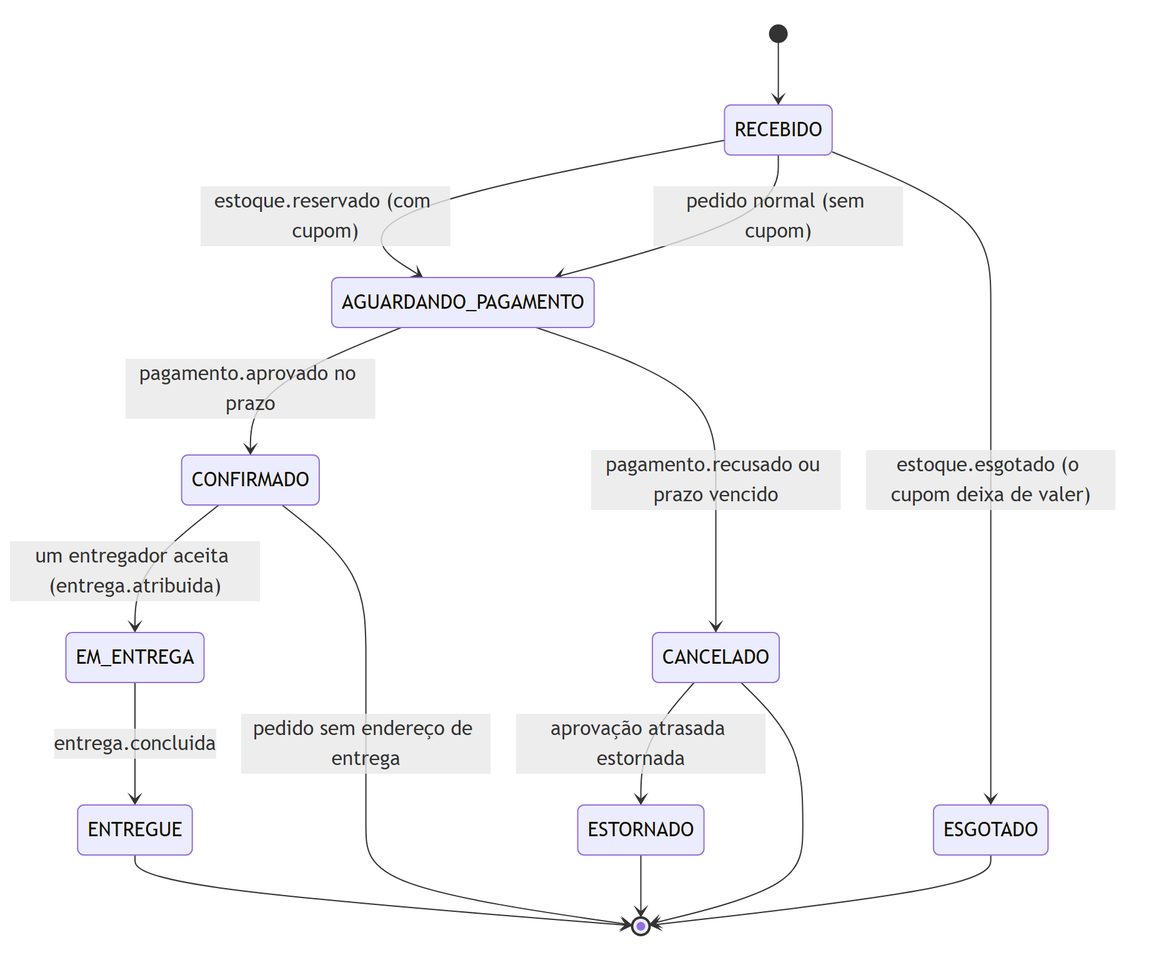
Earlier version of the Mermaid export docs/arquitetura/estados.png (yurirrabelo/5bitsdelivery). Its source is kept beside it as docs/arquitetura/estados.mmd.
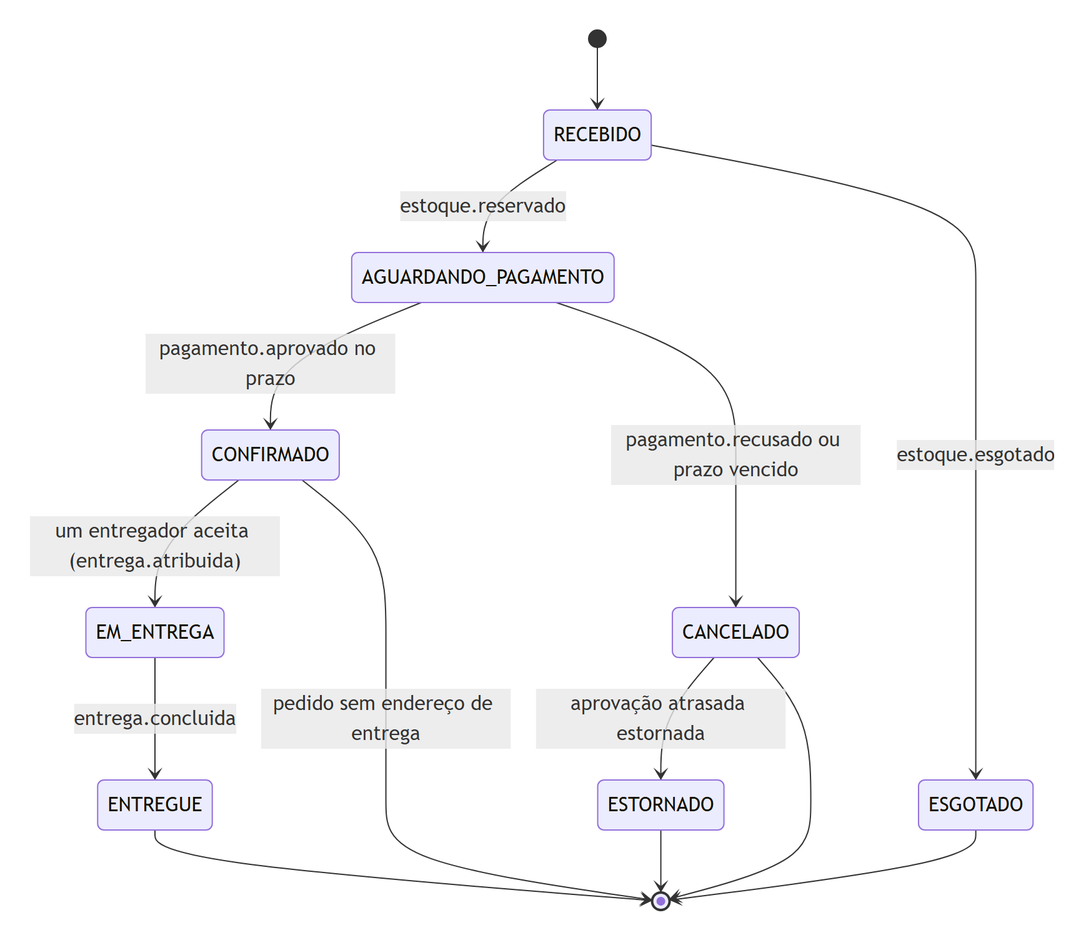
Above is the later version.

What changed in the source:
```diff
@@ -1,8 +1,7 @@
 stateDiagram-v2
     [*] --> RECEBIDO
-    RECEBIDO --> AGUARDANDO_PAGAMENTO: estoque.reservado (com cupom)
-    RECEBIDO --> AGUARDANDO_PAGAMENTO: pedido normal (sem cupom)
-    RECEBIDO --> ESGOTADO: estoque.esgotado (o cupom deixa de valer)
+    RECEBIDO --> AGUARDANDO_PAGAMENTO: estoque.reservado
+    RECEBIDO --> ESGOTADO: estoque.esgotado
     AGUARDANDO_PAGAMENTO --> CONFIRMADO: pagamento.aprovado no prazo
     AGUARDANDO_PAGAMENTO --> CANCELADO: pagamento.recusado ou prazo vencido
     CANCELADO --> ESTORNADO: aprovação atrasada estornada
```
